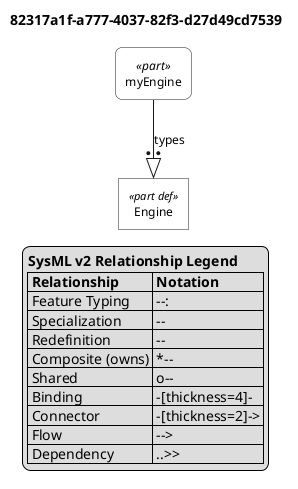
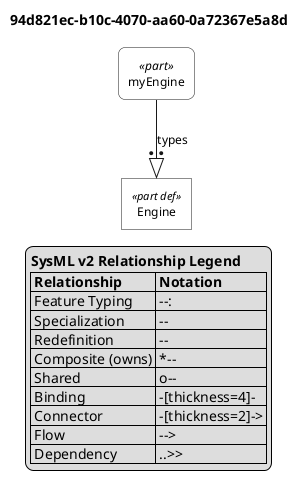
@startuml

skinparam monochrome true
skinparam wrapWidth 300
skinparam defaultFontSize 12
skinparam defaultFontName Helvetica

' Definitions: sharp corners, plain background
skinparam rectangle<<part def>> {
    RoundCorner 0
    BackgroundColor white
    StereotypeFontSize 11
}
skinparam rectangle<<item def>> {
    RoundCorner 0
    BackgroundColor white
}
skinparam rectangle<<attribute def>> {
    RoundCorner 0
    BackgroundColor white
}
skinparam rectangle<<port def>> {
    RoundCorner 0
    BackgroundColor white
}
skinparam rectangle<<action def>> {
    RoundCorner 0
    BackgroundColor white
}
skinparam rectangle<<state def>> {
    RoundCorner 0
    BackgroundColor white
}
skinparam rectangle<<requirement def>> {
    RoundCorner 0
    BackgroundColor white
}
skinparam rectangle<<view def>> {
    RoundCorner 0
    BackgroundColor white
}
skinparam rectangle<<viewpoint def>> {
    RoundCorner 0
    BackgroundColor white
}
skinparam rectangle<<enumeration def>> {
    RoundCorner 0
    BackgroundColor white
}

' Usages: rounded corners, plain background
skinparam rectangle<<part>> {
    RoundCorner 15
    BackgroundColor white
}
skinparam rectangle<<item>> {
    RoundCorner 15
    BackgroundColor white
}
skinparam rectangle<<attribute>> {
    RoundCorner 15
    BackgroundColor white
}
skinparam rectangle<<port>> {
    RoundCorner 15
    BackgroundColor white
}
skinparam rectangle<<action>> {
    RoundCorner 15
    BackgroundColor white
}
skinparam rectangle<<state>> {
    RoundCorner 15
    BackgroundColor white
}
skinparam rectangle<<requirement>> {
    RoundCorner 15
    BackgroundColor white
}
skinparam rectangle<<view>> {
    RoundCorner 15
    BackgroundColor white
}
skinparam rectangle<<viewpoint>> {
    RoundCorner 15
    BackgroundColor white
}
skinparam rectangle<<enumeration>> {
    RoundCorner 15
    BackgroundColor white
}

' Views as folders
skinparam folder<<view def>> {
    BackgroundColor white
}
skinparam folder<<view>> {
    BackgroundColor white
}

top to bottom direction

- title 82317a1f-a777-4037-82f3-d27d49cd7539
+ title 94d821ec-b10c-4070-aa60-0a72367e5a8d

hide circle

rectangle "Engine" as E1 <<part def>>
rectangle "myEngine" as E2 <<part>>

E2 --:|> E1 : types

legend right
  <b>SysML v2 Relationship Legend</b>
  |= Relationship |= Notation |
  | Feature Typing | --:|> |
  | Specialization | --|> |
  | Redefinition | --||> |
  | Composite (owns) | *-- |
  | Shared | o-- |
  | Binding | -[thickness=4]- |
  | Connector | -[thickness=2]-> |
  | Flow | --> |
  | Dependency | ..>> |
endlegend

@enduml